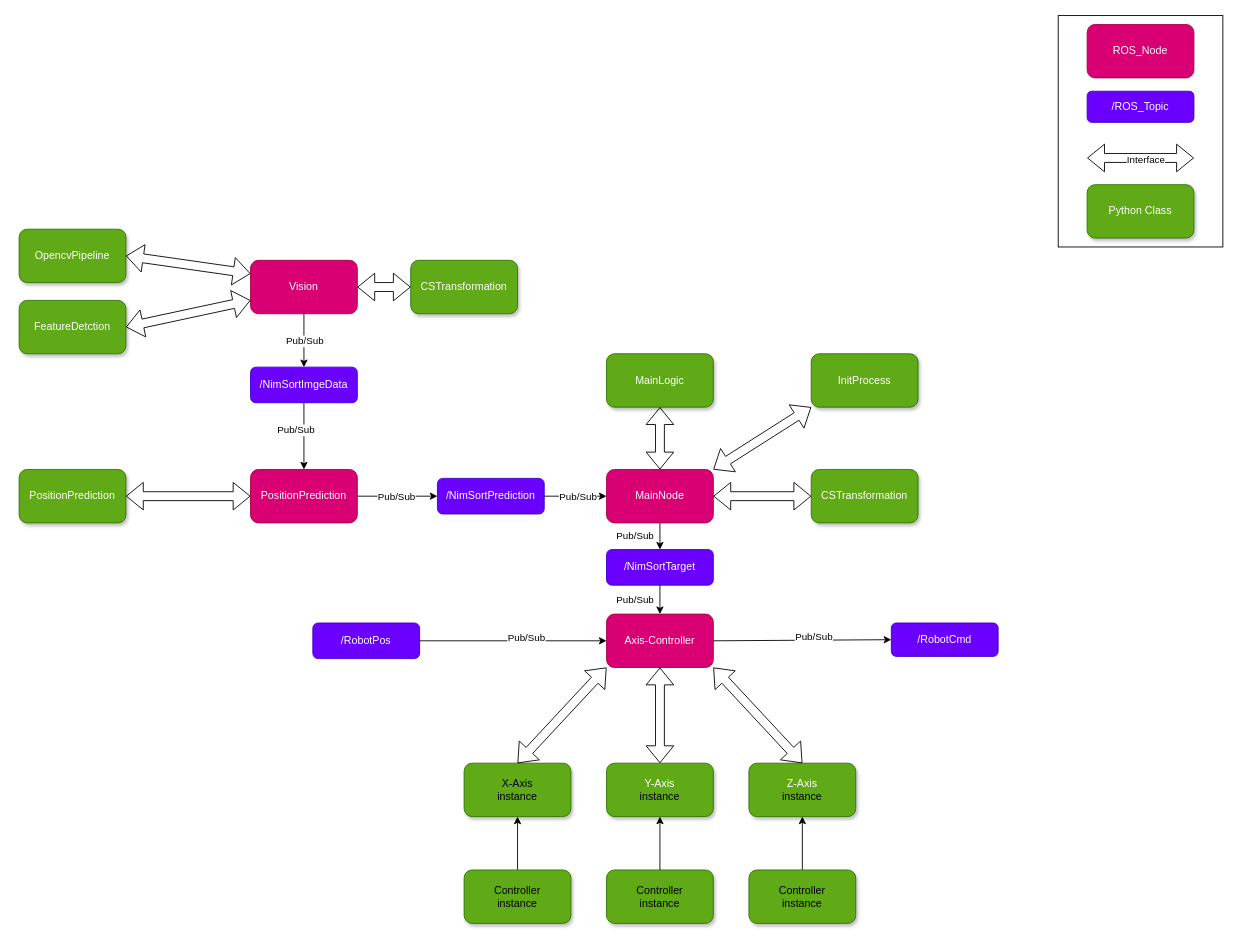
Earlier version of the draw.io diagram page "Page-1" (1 of 4) of misc/arch.drawio (derlole/NimSort42). Source tidied: cells renumbered, new cells numbered last; positions are measured from the earlier drawing's top-left corner, leaving out a move shared by most shapes. Both pictures are drawn from the tidied source at 89%, with x=0, y=0 at pixel (19, 15).
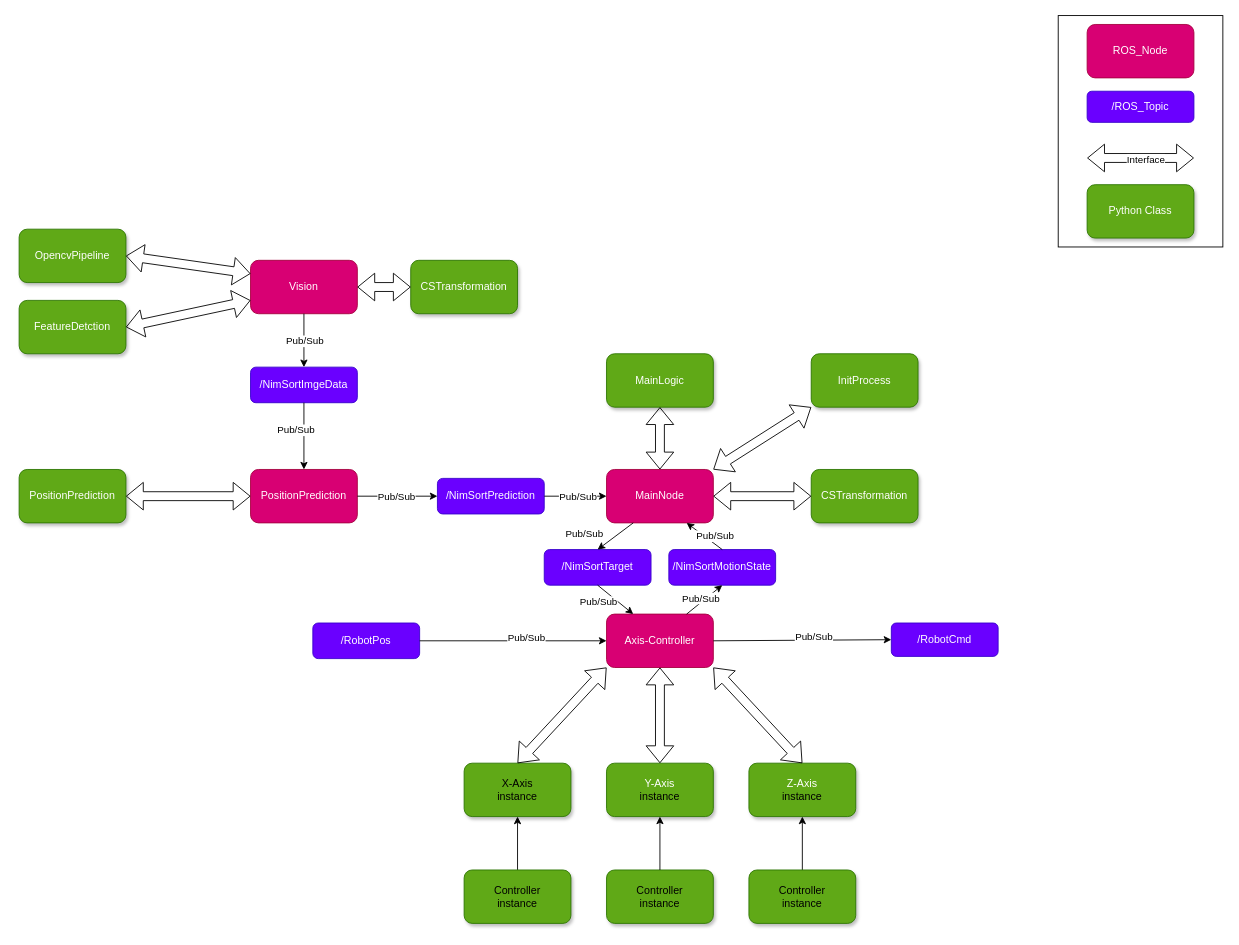
The same diagram, later.

Unchanged cells that the change refers to:
```xml
<mxCell id="9" value="Axis-Controller" style="rounded=1;whiteSpace=wrap;html=1;fillColor=#d80073;shadow=0;strokeColor=#A50040;fontColor=#ffffff;" parent="1" vertex="1">
  <mxGeometry x="660" y="672.5" width="120" height="60" as="geometry" />
</mxCell>
<mxCell id="13" value="MainNode" style="rounded=1;whiteSpace=wrap;html=1;fillColor=#d80073;shadow=0;strokeColor=#A50040;fontColor=#ffffff;" parent="1" vertex="1">
  <mxGeometry x="660" y="510" width="120" height="60" as="geometry" />
</mxCell>
```

What changed in the source:
```diff
@@
     <mxCell id="14" value="/NimSortTarget" style="rounded=1;whiteSpace=wrap;html=1;fillColor=#6a00ff;shadow=0;strokeColor=#3700CC;fontColor=#ffffff;" parent="1" vertex="1">
-      <mxGeometry x="660" y="600" width="120" height="40" as="geometry" />
+      <mxGeometry x="590" y="600" width="120" height="40" as="geometry" />
     </mxCell>
@@
-    <mxCell id="27" style="endArrow=classic;html=1;exitX=0.5;exitY=1;exitDx=0;exitDy=0;entryX=0.5;entryY=0;entryDx=0;entryDy=0;" parent="1" edge="1" source="13" target="14">
+    <mxCell id="27" style="endArrow=classic;html=1;exitX=0.25;exitY=1;exitDx=0;exitDy=0;entryX=0.5;entryY=0;entryDx=0;entryDy=0;" parent="1" edge="1" source="13" target="14">
       <mxGeometry relative="1" as="geometry" />
     </mxCell>
@@
-    <mxCell id="29" style="endArrow=classic;html=1;exitX=0.5;exitY=1;exitDx=0;exitDy=0;entryX=0.5;entryY=0;entryDx=0;entryDy=0;" parent="1" edge="1" source="14" target="9">
+    <mxCell id="29" style="endArrow=classic;html=1;exitX=0.5;exitY=1;exitDx=0;exitDy=0;entryX=0.25;entryY=0;entryDx=0;entryDy=0;" parent="1" edge="1" source="14" target="9">
       <mxGeometry relative="1" as="geometry" />
     </mxCell>
@@
+    <mxCell id="59" value="/NimSortMotionState" style="rounded=1;whiteSpace=wrap;html=1;fillColor=#6a00ff;shadow=0;strokeColor=#3700CC;fontColor=#ffffff;" parent="1" vertex="1">
+      <mxGeometry x="730" y="600" width="120" height="40" as="geometry" />
+    </mxCell>
+    <mxCell id="60" style="endArrow=classic;html=1;exitX=0.5;exitY=0;exitDx=0;exitDy=0;entryX=0.75;entryY=1;entryDx=0;entryDy=0;" parent="1" edge="1" source="59" target="13">
+      <mxGeometry relative="1" as="geometry" />
+    </mxCell>
+    <mxCell id="61" value="Pub/Sub" style="edgeLabel;html=1;align=center;verticalAlign=middle;" parent="60" vertex="1">
+      <mxGeometry x="0.38" y="-3" relative="1" as="geometry">
+        <mxPoint x="18" y="8" as="offset" />
+      </mxGeometry>
+    </mxCell>
+    <mxCell id="62" style="endArrow=classic;html=1;exitX=0.75;exitY=0;exitDx=0;exitDy=0;entryX=0.5;entryY=1;entryDx=0;entryDy=0;" parent="1" edge="1" source="9" target="59">
+      <mxGeometry relative="1" as="geometry" />
+    </mxCell>
+    <mxCell id="63" value="Pub/Sub" style="edgeLabel;html=1;align=center;verticalAlign=middle;" parent="62" vertex="1">
+      <mxGeometry x="0.38" y="-3" relative="1" as="geometry">
+        <mxPoint x="-14" y="2" as="offset" />
+      </mxGeometry>
+    </mxCell>
```
